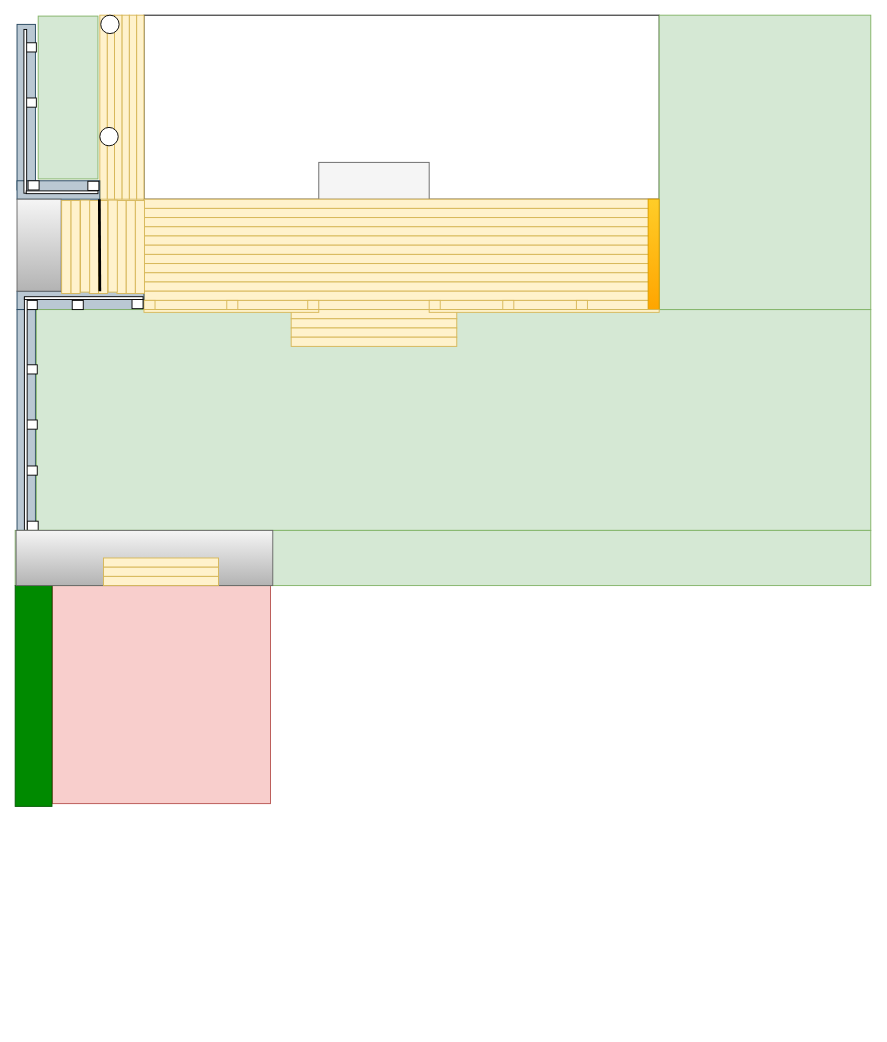
This is Untitled Diagram.drawio from fagerholm/DrawIO, a draw.io file, before an edit. Source tidied: cells renumbered, new cells numbered last; positions are measured from the earlier drawing's top-left corner, leaving out a move shared by most shapes. Both pictures are drawn from the tidied source at 92%, with x=0, y=0 at pixel (-91, 15).
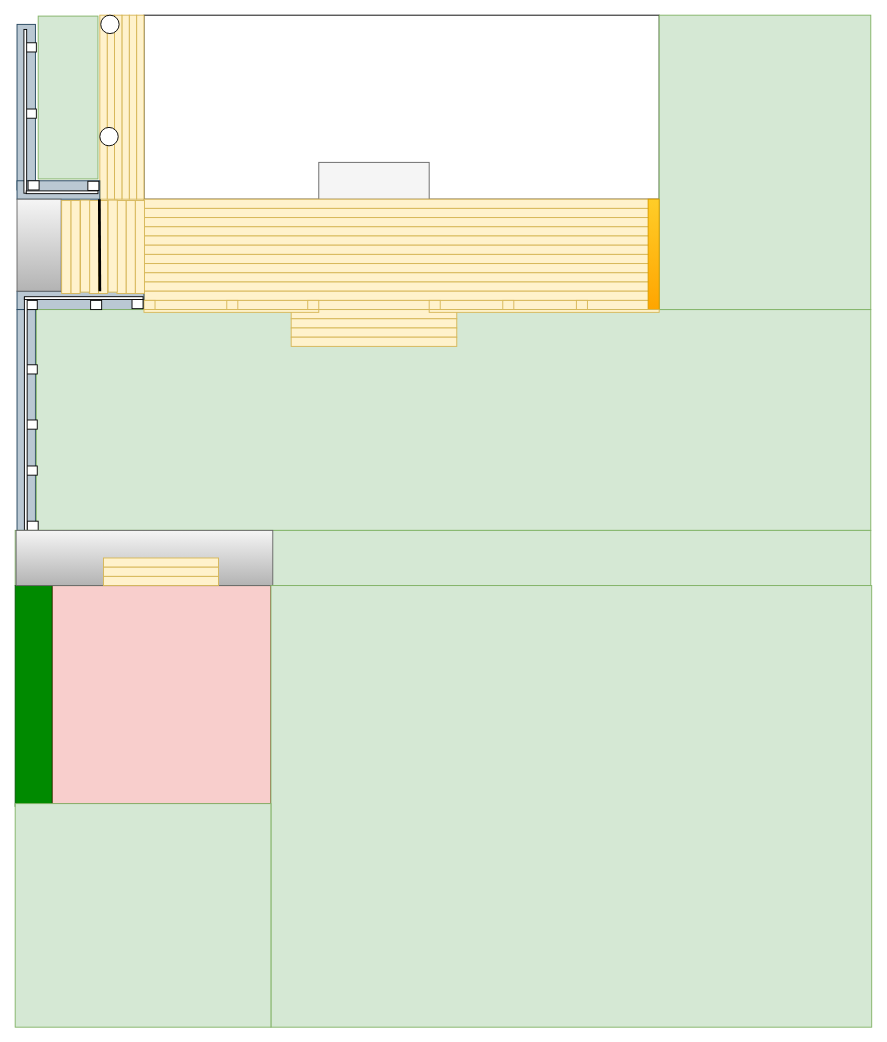
The same page after the edit.

Commit message:
Endret bak stabburet og trappa

What changed in the source:
```diff
@@
     <mxCell id="54" style="rounded=0;whiteSpace=wrap;html=1;" parent="1" vertex="1">
-      <mxGeometry x="126" y="90" width="12" height="10" as="geometry" />
+      <mxGeometry x="126" y="102" width="12" height="10" as="geometry" />
     </mxCell>
@@
     <mxCell id="72" style="rounded=0;whiteSpace=wrap;html=1;" parent="1" vertex="1">
-      <mxGeometry x="177" y="310" width="12" height="10" as="geometry" />
+      <mxGeometry x="197" y="310" width="12" height="10" as="geometry" />
     </mxCell>
@@
+    <mxCell id="77" style="rounded=0;whiteSpace=wrap;html=1;rotation=0;fillColor=#d5e8d4;strokeColor=#82b366;" parent="1" vertex="1">
+      <mxGeometry x="393" y="620" width="653" height="480" as="geometry" />
+    </mxCell>
+    <mxCell id="78" style="rounded=0;whiteSpace=wrap;html=1;rotation=0;fillColor=#d5e8d4;strokeColor=#82b366;" parent="1" vertex="1">
+      <mxGeometry x="115" y="857" width="278" height="243" as="geometry" />
+    </mxCell>
```
